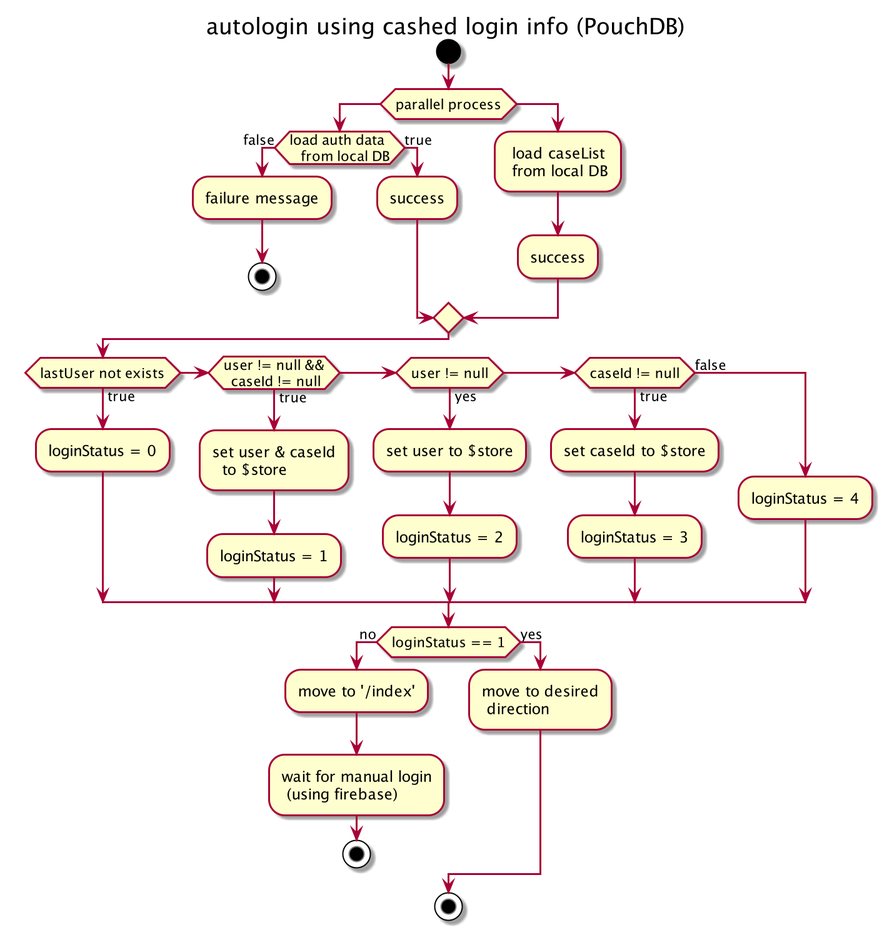
This is assets/backdata/autoLogin.png from snakada1615/nuxt_pwa201122, a PlantUML export, as it was before one commit.
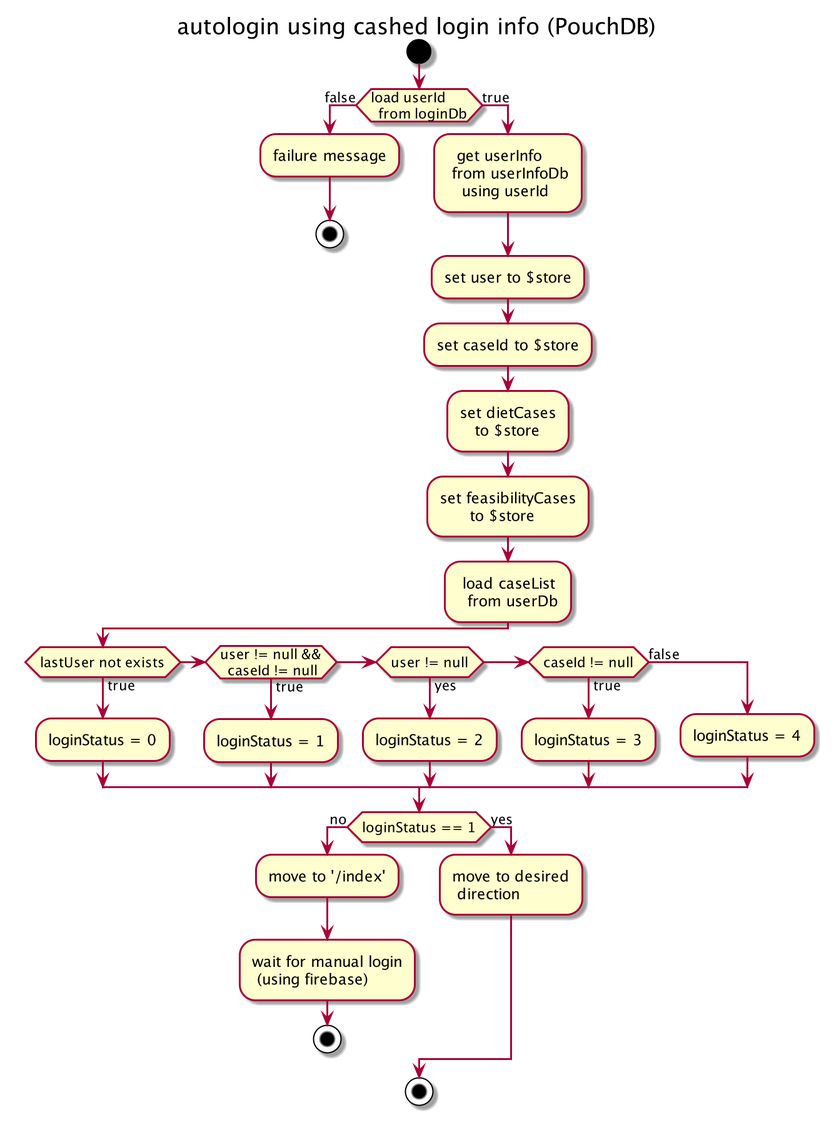
Above is the later version.

Commit message:
210419 login & registration

Diff of the diagram source:
```diff
@@ -3,21 +3,23 @@
 
 start
 
-if (parallel process) then
-
- if (load auth data
-   from local DB) then (false)
+if (load userId
+  from loginDb) then (false)
   :failure message;
   stop
 
- else (true)
- :success;
- endif
-
-else
+else (true)
+  :  get userInfo
+   from userInfoDb
+     using userId;
+  :set user to $store;
+  :set caseId to $store;
+  :set dietCases
+     to $store;
+  :set feasibilityCases
+        to $store;
   : load caseList
-   from local DB;
-  :success;
+    from userDb;
 
 endif
 
@@ -25,14 +27,10 @@
     :loginStatus = 0;
 else if (user != null &&
   caseId != null) then (true)
-    :set user & caseId
-      to $store;
     :loginStatus = 1;
 else if (user != null) then (yes)
-    :set user to $store;
     :loginStatus = 2;
 else if (caseId != null) then (true)
-    :set caseId to $store;
     :loginStatus = 3;
 else (false)
     :loginStatus = 4;
```
